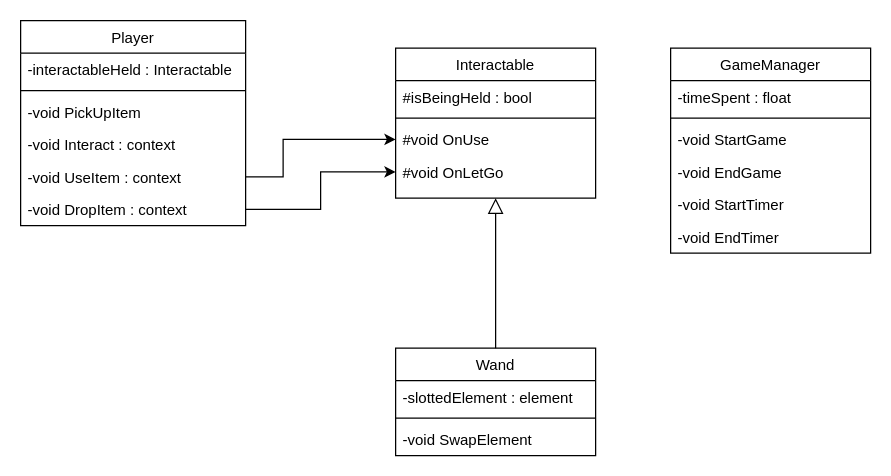
This is WizardTrails.drawio from Yuki103388/Shadow-Sorcerer-, a draw.io file, before an edit. Source tidied: cells renumbered, new cells numbered last; positions are measured from the earlier drawing's top-left corner, leaving out a move shared by most shapes. Both pictures are drawn from the tidied source at 125%, with x=0, y=0 at pixel (20, 20).
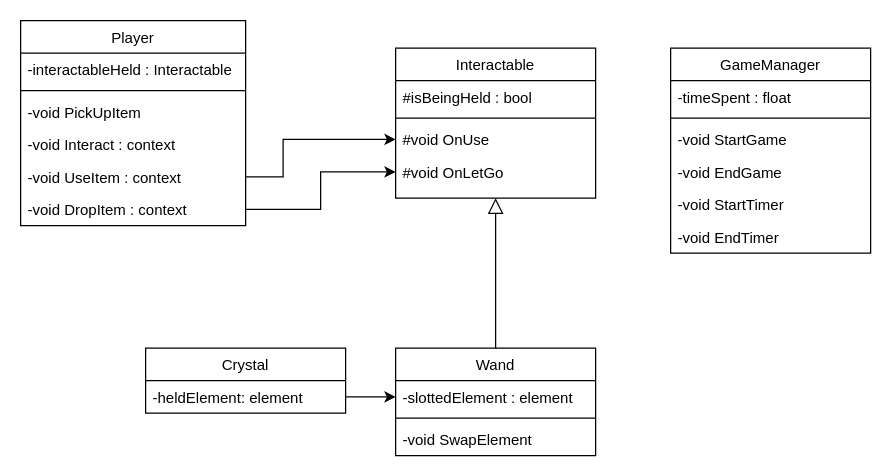
The same diagram, later.

Commit message (it also covers changes not shown here):
Interactables, elemental crystal

Unchanged cells that the change refers to:
```xml
<mxCell id="15" value="-slottedElement : element" style="text;align=left;verticalAlign=top;spacingLeft=4;spacingRight=4;overflow=hidden;points=[[0,0.5],[1,0.5]];portConstraint=eastwest;" parent="14" vertex="1">
  <mxGeometry y="26" width="160" height="26" as="geometry" />
</mxCell>
```

What changed in the source:
```diff
@@
+    <mxCell id="28" value="Crystal" style="swimlane;fontStyle=0;align=center;verticalAlign=top;horizontal=1;startSize=26;rounded=0;shadow=0;strokeWidth=1;" parent="1" vertex="1">
+      <mxGeometry x="100" y="262" width="160" height="52" as="geometry" />
+    </mxCell>
+    <mxCell id="29" value="-heldElement: element" style="text;align=left;verticalAlign=top;spacingLeft=4;spacingRight=4;overflow=hidden;points=[[0,0.5],[1,0.5]];portConstraint=eastwest;" parent="28" vertex="1">
+      <mxGeometry y="26" width="160" height="26" as="geometry" />
+    </mxCell>
+    <mxCell id="30" style="edgeStyle=orthogonalEdgeStyle;rounded=0;jettySize=auto;html=1;exitX=1;exitY=0.5;exitDx=0;exitDy=0;entryX=0;entryY=0.5;entryDx=0;entryDy=0;" parent="1" edge="1" source="29" target="15">
+      <mxGeometry relative="1" as="geometry" />
+    </mxCell>
```
